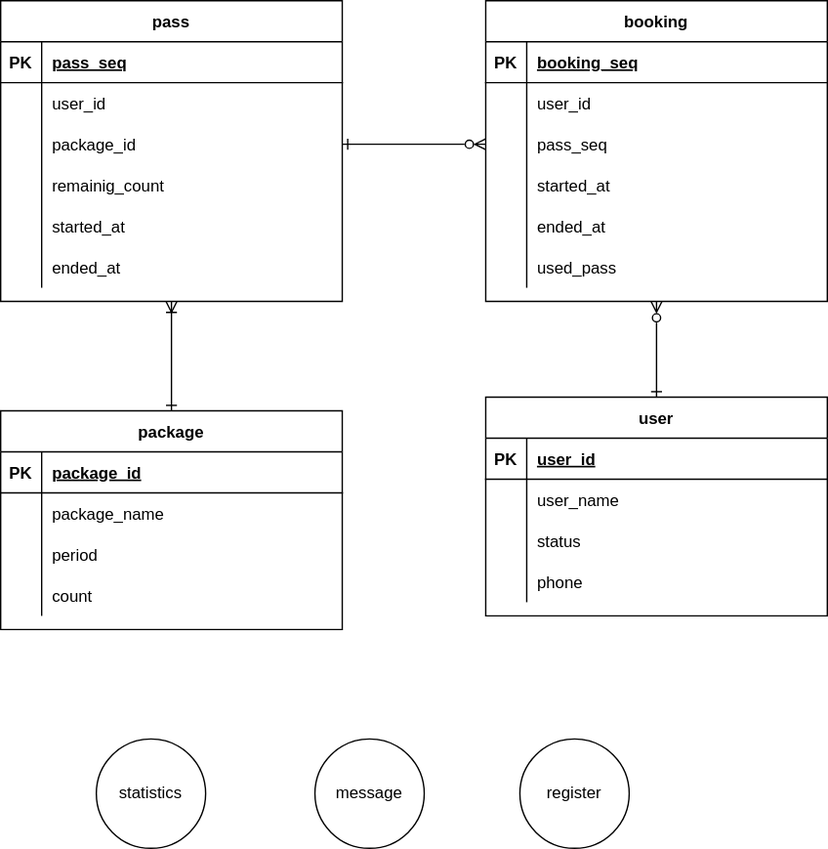
Earlier version of the draw.io export document/ERD.svg (YG-creator/PT-project). Source tidied: cells renumbered, new cells last; positions are measured from the earlier drawing's top-left corner, leaving out a move shared by most shapes. Its diagram source:
```xml
<mxGraphModel>
  <root>
    <mxCell id="0" />
    <mxCell id="1" parent="0" />
    <mxCell id="2" style="edgeStyle=orthogonalEdgeStyle;rounded=0;jettySize=auto;html=1;exitX=0.5;exitY=0;exitDx=0;exitDy=0;entryX=0.5;entryY=1;entryDx=0;entryDy=0;endArrow=ERoneToMany;endFill=0;startArrow=ERone;startFill=0;" parent="1" edge="1" source="3" target="16">
      <mxGeometry relative="1" as="geometry" />
    </mxCell>
    <mxCell id="3" value="package" style="shape=table;startSize=30;rowLines=0;fontStyle=1;align=center;" parent="1" vertex="1">
      <mxGeometry y="300" width="250" height="160" as="geometry" />
    </mxCell>
    <mxCell id="4" style="shape=partialRectangle;fillColor=none;top=0;left=0;right=0;bottom=1;" parent="3" vertex="1">
      <mxGeometry y="30" width="250" height="30" as="geometry" />
    </mxCell>
    <mxCell id="5" value="PK" style="shape=partialRectangle;overflow=hidden;fillColor=none;top=0;left=0;bottom=0;right=0;fontStyle=1;" parent="4" vertex="1">
      <mxGeometry width="30" height="30" as="geometry" />
    </mxCell>
    <mxCell id="6" value="package_id" style="shape=partialRectangle;overflow=hidden;fillColor=none;top=0;left=0;bottom=0;right=0;align=left;spacingLeft=6;fontStyle=5;" parent="4" vertex="1">
      <mxGeometry x="30" width="220" height="30" as="geometry" />
    </mxCell>
    <mxCell id="7" style="shape=partialRectangle;fillColor=none;top=0;left=0;right=0;bottom=0;" parent="3" vertex="1">
      <mxGeometry y="60" width="250" height="30" as="geometry" />
    </mxCell>
    <mxCell id="8" style="shape=partialRectangle;overflow=hidden;fillColor=none;top=0;left=0;bottom=0;right=0;" parent="7" vertex="1">
      <mxGeometry width="30" height="30" as="geometry" />
    </mxCell>
    <mxCell id="9" value="package_name" style="shape=partialRectangle;overflow=hidden;fillColor=none;top=0;left=0;bottom=0;right=0;align=left;spacingLeft=6;" parent="7" vertex="1">
      <mxGeometry x="30" width="220" height="30" as="geometry" />
    </mxCell>
    <mxCell id="10" style="shape=partialRectangle;fillColor=none;top=0;left=0;right=0;bottom=0;" parent="3" vertex="1">
      <mxGeometry y="90" width="250" height="30" as="geometry" />
    </mxCell>
    <mxCell id="11" style="shape=partialRectangle;overflow=hidden;fillColor=none;top=0;left=0;bottom=0;right=0;" parent="10" vertex="1">
      <mxGeometry width="30" height="30" as="geometry" />
    </mxCell>
    <mxCell id="12" value="period" style="shape=partialRectangle;overflow=hidden;fillColor=none;top=0;left=0;bottom=0;right=0;align=left;spacingLeft=6;" parent="10" vertex="1">
      <mxGeometry x="30" width="220" height="30" as="geometry" />
    </mxCell>
    <mxCell id="13" style="shape=partialRectangle;fillColor=none;top=0;left=0;right=0;bottom=0;" parent="3" vertex="1">
      <mxGeometry y="120" width="250" height="30" as="geometry" />
    </mxCell>
    <mxCell id="14" style="shape=partialRectangle;overflow=hidden;fillColor=none;top=0;left=0;bottom=0;right=0;" parent="13" vertex="1">
      <mxGeometry width="30" height="30" as="geometry" />
    </mxCell>
    <mxCell id="15" value="count" style="shape=partialRectangle;overflow=hidden;fillColor=none;top=0;left=0;bottom=0;right=0;align=left;spacingLeft=6;" parent="13" vertex="1">
      <mxGeometry x="30" width="220" height="30" as="geometry" />
    </mxCell>
    <mxCell id="16" value="pass" style="shape=table;startSize=30;rowLines=0;fontStyle=1;align=center;" parent="1" vertex="1">
      <mxGeometry width="250" height="220" as="geometry" />
    </mxCell>
    <mxCell id="17" style="shape=partialRectangle;fillColor=none;top=0;left=0;right=0;bottom=1;" parent="16" vertex="1">
      <mxGeometry y="30" width="250" height="30" as="geometry" />
    </mxCell>
    <mxCell id="18" value="PK" style="shape=partialRectangle;overflow=hidden;fillColor=none;top=0;left=0;bottom=0;right=0;fontStyle=1;" parent="17" vertex="1">
      <mxGeometry width="30" height="30" as="geometry" />
    </mxCell>
    <mxCell id="19" value="pass_seq" style="shape=partialRectangle;overflow=hidden;fillColor=none;top=0;left=0;bottom=0;right=0;align=left;spacingLeft=6;fontStyle=5;" parent="17" vertex="1">
      <mxGeometry x="30" width="220" height="30" as="geometry" />
    </mxCell>
    <mxCell id="20" style="shape=partialRectangle;fillColor=none;top=0;left=0;right=0;bottom=0;" parent="16" vertex="1">
      <mxGeometry y="60" width="250" height="30" as="geometry" />
    </mxCell>
    <mxCell id="21" style="shape=partialRectangle;overflow=hidden;fillColor=none;top=0;left=0;bottom=0;right=0;" parent="20" vertex="1">
      <mxGeometry width="30" height="30" as="geometry" />
    </mxCell>
    <mxCell id="22" value="user_id" style="shape=partialRectangle;overflow=hidden;fillColor=none;top=0;left=0;bottom=0;right=0;align=left;spacingLeft=6;" parent="20" vertex="1">
      <mxGeometry x="30" width="220" height="30" as="geometry" />
    </mxCell>
    <mxCell id="23" style="shape=partialRectangle;fillColor=none;points=[[0,0.5],[1,0.5]];portConstraint=eastwest;top=0;left=0;right=0;bottom=0;" parent="16" vertex="1">
      <mxGeometry y="90" width="250" height="30" as="geometry" />
    </mxCell>
    <mxCell id="24" style="shape=partialRectangle;overflow=hidden;fillColor=none;top=0;left=0;bottom=0;right=0;" parent="23" vertex="1">
      <mxGeometry width="30" height="30" as="geometry" />
    </mxCell>
    <mxCell id="25" value="package_id" style="shape=partialRectangle;overflow=hidden;fillColor=none;top=0;left=0;bottom=0;right=0;align=left;spacingLeft=6;" parent="23" vertex="1">
      <mxGeometry x="30" width="220" height="30" as="geometry" />
    </mxCell>
    <mxCell id="26" style="shape=partialRectangle;fillColor=none;top=0;left=0;right=0;bottom=0;" parent="16" vertex="1">
      <mxGeometry y="120" width="250" height="30" as="geometry" />
    </mxCell>
    <mxCell id="27" style="shape=partialRectangle;overflow=hidden;fillColor=none;top=0;left=0;bottom=0;right=0;" parent="26" vertex="1">
      <mxGeometry width="30" height="30" as="geometry" />
    </mxCell>
    <mxCell id="28" value="remainig_count" style="shape=partialRectangle;overflow=hidden;fillColor=none;top=0;left=0;bottom=0;right=0;align=left;spacingLeft=6;" parent="26" vertex="1">
      <mxGeometry x="30" width="220" height="30" as="geometry" />
    </mxCell>
    <mxCell id="29" style="shape=partialRectangle;fillColor=none;top=0;left=0;right=0;bottom=0;" parent="16" vertex="1">
      <mxGeometry y="150" width="250" height="30" as="geometry" />
    </mxCell>
    <mxCell id="30" style="shape=partialRectangle;overflow=hidden;fillColor=none;top=0;left=0;bottom=0;right=0;" parent="29" vertex="1">
      <mxGeometry width="30" height="30" as="geometry" />
    </mxCell>
    <mxCell id="31" value="started_at" style="shape=partialRectangle;overflow=hidden;fillColor=none;top=0;left=0;bottom=0;right=0;align=left;spacingLeft=6;" parent="29" vertex="1">
      <mxGeometry x="30" width="220" height="30" as="geometry" />
    </mxCell>
    <mxCell id="32" style="shape=partialRectangle;fillColor=none;top=0;left=0;right=0;bottom=0;" parent="16" vertex="1">
      <mxGeometry y="180" width="250" height="30" as="geometry" />
    </mxCell>
    <mxCell id="33" style="shape=partialRectangle;overflow=hidden;fillColor=none;top=0;left=0;bottom=0;right=0;" parent="32" vertex="1">
      <mxGeometry width="30" height="30" as="geometry" />
    </mxCell>
    <mxCell id="34" value="ended_at" style="shape=partialRectangle;overflow=hidden;fillColor=none;top=0;left=0;bottom=0;right=0;align=left;spacingLeft=6;" parent="32" vertex="1">
      <mxGeometry x="30" width="220" height="30" as="geometry" />
    </mxCell>
    <mxCell id="35" value="booking" style="shape=table;startSize=30;rowLines=0;fontStyle=1;align=center;" parent="1" vertex="1">
      <mxGeometry x="355" width="250" height="220" as="geometry" />
    </mxCell>
    <mxCell id="36" style="shape=partialRectangle;fillColor=none;top=0;left=0;right=0;bottom=1;" parent="35" vertex="1">
      <mxGeometry y="30" width="250" height="30" as="geometry" />
    </mxCell>
    <mxCell id="37" value="PK" style="shape=partialRectangle;overflow=hidden;fillColor=none;top=0;left=0;bottom=0;right=0;fontStyle=1;" parent="36" vertex="1">
      <mxGeometry width="30" height="30" as="geometry" />
    </mxCell>
    <mxCell id="38" value="booking_seq" style="shape=partialRectangle;overflow=hidden;fillColor=none;top=0;left=0;bottom=0;right=0;align=left;spacingLeft=6;fontStyle=5;" parent="36" vertex="1">
      <mxGeometry x="30" width="220" height="30" as="geometry" />
    </mxCell>
    <mxCell id="39" style="shape=partialRectangle;fillColor=none;points=[[0,0.5],[1,0.5]];portConstraint=eastwest;top=0;left=0;right=0;bottom=0;" parent="35" vertex="1">
      <mxGeometry y="60" width="250" height="30" as="geometry" />
    </mxCell>
    <mxCell id="40" style="shape=partialRectangle;overflow=hidden;fillColor=none;top=0;left=0;bottom=0;right=0;" parent="39" vertex="1">
      <mxGeometry width="30" height="30" as="geometry" />
    </mxCell>
    <mxCell id="41" value="user_id" style="shape=partialRectangle;overflow=hidden;fillColor=none;top=0;left=0;bottom=0;right=0;align=left;spacingLeft=6;" parent="39" vertex="1">
      <mxGeometry x="30" width="220" height="30" as="geometry" />
    </mxCell>
    <mxCell id="42" style="shape=partialRectangle;fillColor=none;points=[[0,0.5],[1,0.5]];portConstraint=eastwest;top=0;left=0;right=0;bottom=0;" parent="35" vertex="1">
      <mxGeometry y="90" width="250" height="30" as="geometry" />
    </mxCell>
    <mxCell id="43" style="shape=partialRectangle;overflow=hidden;fillColor=none;top=0;left=0;bottom=0;right=0;" parent="42" vertex="1">
      <mxGeometry width="30" height="30" as="geometry" />
    </mxCell>
    <mxCell id="44" value="pass_seq" style="shape=partialRectangle;overflow=hidden;fillColor=none;top=0;left=0;bottom=0;right=0;align=left;spacingLeft=6;" parent="42" vertex="1">
      <mxGeometry x="30" width="220" height="30" as="geometry" />
    </mxCell>
    <mxCell id="45" style="shape=partialRectangle;fillColor=none;top=0;left=0;right=0;bottom=0;" parent="35" vertex="1">
      <mxGeometry y="120" width="250" height="30" as="geometry" />
    </mxCell>
    <mxCell id="46" style="shape=partialRectangle;overflow=hidden;fillColor=none;top=0;left=0;bottom=0;right=0;" parent="45" vertex="1">
      <mxGeometry width="30" height="30" as="geometry" />
    </mxCell>
    <mxCell id="47" value="started_at" style="shape=partialRectangle;overflow=hidden;fillColor=none;top=0;left=0;bottom=0;right=0;align=left;spacingLeft=6;" parent="45" vertex="1">
      <mxGeometry x="30" width="220" height="30" as="geometry" />
    </mxCell>
    <mxCell id="48" style="shape=partialRectangle;fillColor=none;top=0;left=0;right=0;bottom=0;" parent="35" vertex="1">
      <mxGeometry y="150" width="250" height="30" as="geometry" />
    </mxCell>
    <mxCell id="49" style="shape=partialRectangle;overflow=hidden;fillColor=none;top=0;left=0;bottom=0;right=0;" parent="48" vertex="1">
      <mxGeometry width="30" height="30" as="geometry" />
    </mxCell>
    <mxCell id="50" value="ended_at" style="shape=partialRectangle;overflow=hidden;fillColor=none;top=0;left=0;bottom=0;right=0;align=left;spacingLeft=6;" parent="48" vertex="1">
      <mxGeometry x="30" width="220" height="30" as="geometry" />
    </mxCell>
    <mxCell id="51" style="shape=partialRectangle;fillColor=none;top=0;left=0;right=0;bottom=0;" parent="35" vertex="1">
      <mxGeometry y="180" width="250" height="30" as="geometry" />
    </mxCell>
    <mxCell id="52" style="shape=partialRectangle;overflow=hidden;fillColor=none;top=0;left=0;bottom=0;right=0;" parent="51" vertex="1">
      <mxGeometry width="30" height="30" as="geometry" />
    </mxCell>
    <mxCell id="53" value="used_pass" style="shape=partialRectangle;overflow=hidden;fillColor=none;top=0;left=0;bottom=0;right=0;align=left;spacingLeft=6;" parent="51" vertex="1">
      <mxGeometry x="30" width="220" height="30" as="geometry" />
    </mxCell>
    <mxCell id="54" style="edgeStyle=orthogonalEdgeStyle;rounded=0;jettySize=auto;html=1;exitX=0.5;exitY=0;exitDx=0;exitDy=0;endArrow=ERzeroToMany;endFill=0;startArrow=ERone;startFill=0;" parent="1" edge="1" source="55">
      <mxGeometry relative="1" as="geometry">
        <mxPoint x="480" y="220" as="targetPoint" />
      </mxGeometry>
    </mxCell>
    <mxCell id="55" value="user" style="shape=table;startSize=30;rowLines=0;fontStyle=1;align=center;" parent="1" vertex="1">
      <mxGeometry x="355" y="290" width="250" height="160" as="geometry" />
    </mxCell>
    <mxCell id="56" style="shape=partialRectangle;fillColor=none;top=0;left=0;right=0;bottom=1;" parent="55" vertex="1">
      <mxGeometry y="30" width="250" height="30" as="geometry" />
    </mxCell>
    <mxCell id="57" value="PK" style="shape=partialRectangle;overflow=hidden;fillColor=none;top=0;left=0;bottom=0;right=0;fontStyle=1;" parent="56" vertex="1">
      <mxGeometry width="30" height="30" as="geometry" />
    </mxCell>
    <mxCell id="58" value="user_id" style="shape=partialRectangle;overflow=hidden;fillColor=none;top=0;left=0;bottom=0;right=0;align=left;spacingLeft=6;fontStyle=5;" parent="56" vertex="1">
      <mxGeometry x="30" width="220" height="30" as="geometry" />
    </mxCell>
    <mxCell id="59" style="shape=partialRectangle;fillColor=none;top=0;left=0;right=0;bottom=0;" parent="55" vertex="1">
      <mxGeometry y="60" width="250" height="30" as="geometry" />
    </mxCell>
    <mxCell id="60" style="shape=partialRectangle;overflow=hidden;fillColor=none;top=0;left=0;bottom=0;right=0;" parent="59" vertex="1">
      <mxGeometry width="30" height="30" as="geometry" />
    </mxCell>
    <mxCell id="61" value="user_name" style="shape=partialRectangle;overflow=hidden;fillColor=none;top=0;left=0;bottom=0;right=0;align=left;spacingLeft=6;" parent="59" vertex="1">
      <mxGeometry x="30" width="220" height="30" as="geometry" />
    </mxCell>
    <mxCell id="62" style="shape=partialRectangle;fillColor=none;points=[[0,0.5],[1,0.5]];portConstraint=eastwest;top=0;left=0;right=0;bottom=0;" parent="55" vertex="1">
      <mxGeometry y="90" width="250" height="30" as="geometry" />
    </mxCell>
    <mxCell id="63" style="shape=partialRectangle;overflow=hidden;fillColor=none;top=0;left=0;bottom=0;right=0;" parent="62" vertex="1">
      <mxGeometry width="30" height="30" as="geometry" />
    </mxCell>
    <mxCell id="64" value="status" style="shape=partialRectangle;overflow=hidden;fillColor=none;top=0;left=0;bottom=0;right=0;align=left;spacingLeft=6;" parent="62" vertex="1">
      <mxGeometry x="30" width="220" height="30" as="geometry" />
    </mxCell>
    <mxCell id="65" style="shape=partialRectangle;fillColor=none;top=0;left=0;right=0;bottom=0;" parent="55" vertex="1">
      <mxGeometry y="120" width="250" height="30" as="geometry" />
    </mxCell>
    <mxCell id="66" style="shape=partialRectangle;overflow=hidden;fillColor=none;top=0;left=0;bottom=0;right=0;" parent="65" vertex="1">
      <mxGeometry width="30" height="30" as="geometry" />
    </mxCell>
    <mxCell id="67" value="phone" style="shape=partialRectangle;overflow=hidden;fillColor=none;top=0;left=0;bottom=0;right=0;align=left;spacingLeft=6;" parent="65" vertex="1">
      <mxGeometry x="30" width="220" height="30" as="geometry" />
    </mxCell>
    <mxCell id="68" style="edgeStyle=orthogonalEdgeStyle;rounded=0;jettySize=auto;html=1;exitX=1;exitY=0.5;exitDx=0;exitDy=0;entryX=0;entryY=0.5;entryDx=0;entryDy=0;endArrow=ERzeroToMany;endFill=0;startArrow=ERone;startFill=0;" parent="1" edge="1" source="23" target="42">
      <mxGeometry relative="1" as="geometry" />
    </mxCell>
    <mxCell id="69" value="statistics" style="ellipse;whiteSpace=wrap;html=1;" parent="1" vertex="1">
      <mxGeometry x="70" y="540" width="80" height="80" as="geometry" />
    </mxCell>
    <mxCell id="70" value="message" style="ellipse;whiteSpace=wrap;html=1;" parent="1" vertex="1">
      <mxGeometry x="230" y="540" width="80" height="80" as="geometry" />
    </mxCell>
    <mxCell id="71" value="register" style="ellipse;whiteSpace=wrap;html=1;" parent="1" vertex="1">
      <mxGeometry x="380" y="540" width="80" height="80" as="geometry" />
    </mxCell>
  </root>
</mxGraphModel>
```
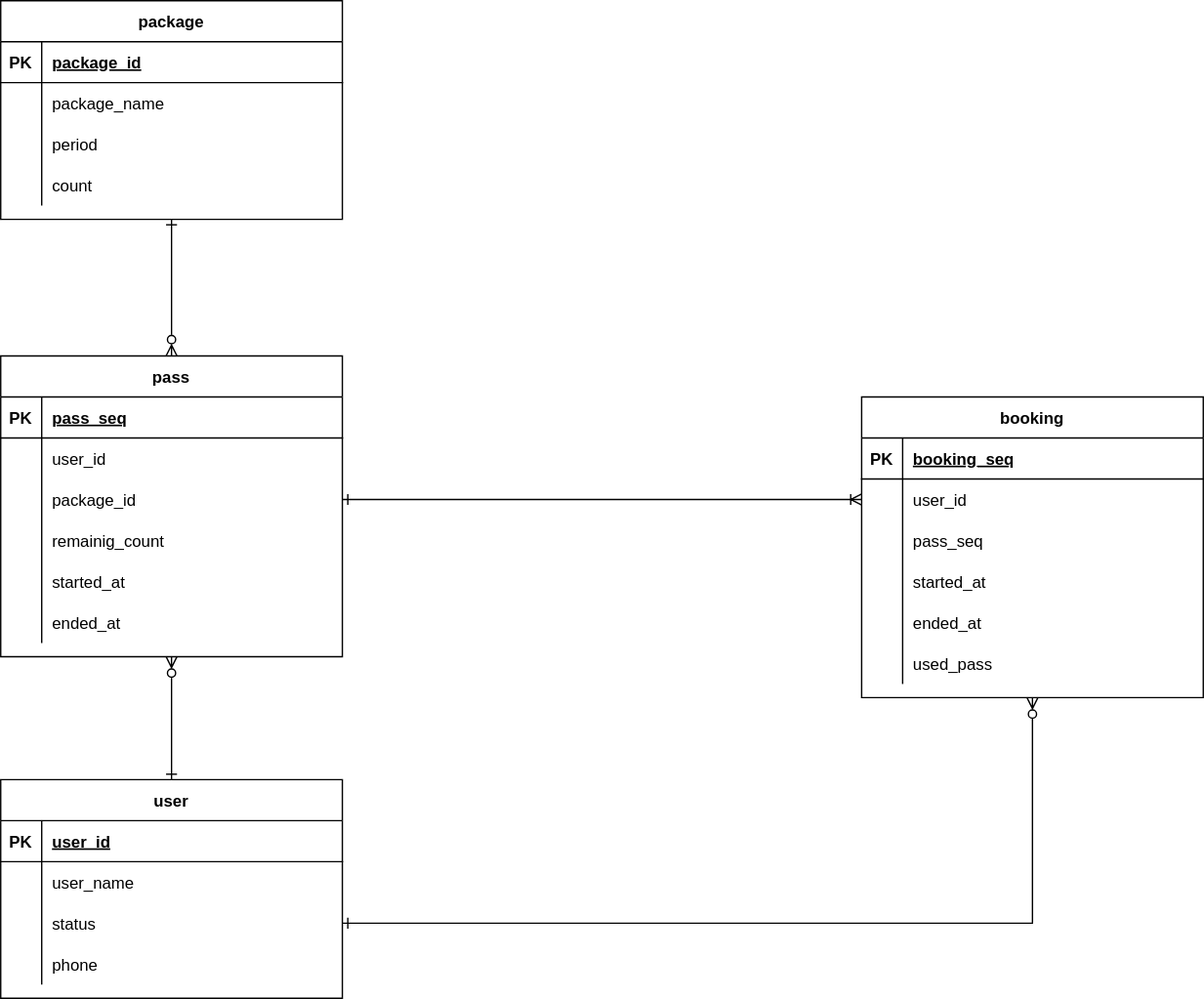
Later version of the same file.

What changed in the source:
```diff
@@ -2,11 +2,11 @@
   <root>
     <mxCell id="0" />
     <mxCell id="1" parent="0" />
-    <mxCell id="2" style="edgeStyle=orthogonalEdgeStyle;rounded=0;jettySize=auto;html=1;exitX=0.5;exitY=0;exitDx=0;exitDy=0;entryX=0.5;entryY=1;entryDx=0;entryDy=0;endArrow=ERoneToMany;endFill=0;startArrow=ERone;startFill=0;" parent="1" edge="1" source="3" target="16">
+    <mxCell id="2" style="edgeStyle=orthogonalEdgeStyle;rounded=0;jettySize=auto;html=1;exitX=0.5;exitY=1;exitDx=0;exitDy=0;startArrow=ERone;startFill=0;endArrow=ERzeroToMany;endFill=0;" parent="1" edge="1" source="3" target="16">
       <mxGeometry relative="1" as="geometry" />
     </mxCell>
     <mxCell id="3" value="package" style="shape=table;startSize=30;rowLines=0;fontStyle=1;align=center;" parent="1" vertex="1">
-      <mxGeometry y="300" width="250" height="160" as="geometry" />
+      <mxGeometry y="60" width="250" height="160" as="geometry" />
     </mxCell>
     <mxCell id="4" style="shape=partialRectangle;fillColor=none;top=0;left=0;right=0;bottom=1;" parent="3" vertex="1">
       <mxGeometry y="30" width="250" height="30" as="geometry" />
@@ -45,7 +45,7 @@
       <mxGeometry x="30" width="220" height="30" as="geometry" />
     </mxCell>
     <mxCell id="16" value="pass" style="shape=table;startSize=30;rowLines=0;fontStyle=1;align=center;" parent="1" vertex="1">
-      <mxGeometry width="250" height="220" as="geometry" />
+      <mxGeometry y="320" width="250" height="220" as="geometry" />
     </mxCell>
     <mxCell id="17" style="shape=partialRectangle;fillColor=none;top=0;left=0;right=0;bottom=1;" parent="16" vertex="1">
       <mxGeometry y="30" width="250" height="30" as="geometry" />
@@ -102,7 +102,7 @@
       <mxGeometry x="30" width="220" height="30" as="geometry" />
     </mxCell>
     <mxCell id="35" value="booking" style="shape=table;startSize=30;rowLines=0;fontStyle=1;align=center;" parent="1" vertex="1">
-      <mxGeometry x="355" width="250" height="220" as="geometry" />
+      <mxGeometry x="630" y="350" width="250" height="220" as="geometry" />
     </mxCell>
     <mxCell id="36" style="shape=partialRectangle;fillColor=none;top=0;left=0;right=0;bottom=1;" parent="35" vertex="1">
       <mxGeometry y="30" width="250" height="30" as="geometry" />
@@ -158,13 +158,11 @@
     <mxCell id="53" value="used_pass" style="shape=partialRectangle;overflow=hidden;fillColor=none;top=0;left=0;bottom=0;right=0;align=left;spacingLeft=6;" parent="51" vertex="1">
       <mxGeometry x="30" width="220" height="30" as="geometry" />
     </mxCell>
-    <mxCell id="54" style="edgeStyle=orthogonalEdgeStyle;rounded=0;jettySize=auto;html=1;exitX=0.5;exitY=0;exitDx=0;exitDy=0;endArrow=ERzeroToMany;endFill=0;startArrow=ERone;startFill=0;" parent="1" edge="1" source="55">
-      <mxGeometry relative="1" as="geometry">
-        <mxPoint x="480" y="220" as="targetPoint" />
-      </mxGeometry>
-    </mxCell>
+    <mxCell id="72" style="edgeStyle=orthogonalEdgeStyle;rounded=0;jettySize=auto;html=1;exitX=0.5;exitY=0;exitDx=0;exitDy=0;entryX=0.5;entryY=1;entryDx=0;entryDy=0;endArrow=ERzeroToMany;endFill=0;startArrow=ERone;startFill=0;" parent="1" edge="1" source="55" target="16">
+      <mxGeometry relative="1" as="geometry" />
+    </mxCell>
     <mxCell id="55" value="user" style="shape=table;startSize=30;rowLines=0;fontStyle=1;align=center;" parent="1" vertex="1">
-      <mxGeometry x="355" y="290" width="250" height="160" as="geometry" />
+      <mxGeometry y="630" width="250" height="160" as="geometry" />
     </mxCell>
     <mxCell id="56" style="shape=partialRectangle;fillColor=none;top=0;left=0;right=0;bottom=1;" parent="55" vertex="1">
       <mxGeometry y="30" width="250" height="30" as="geometry" />
@@ -202,17 +200,11 @@
     <mxCell id="67" value="phone" style="shape=partialRectangle;overflow=hidden;fillColor=none;top=0;left=0;bottom=0;right=0;align=left;spacingLeft=6;" parent="65" vertex="1">
       <mxGeometry x="30" width="220" height="30" as="geometry" />
     </mxCell>
-    <mxCell id="68" style="edgeStyle=orthogonalEdgeStyle;rounded=0;jettySize=auto;html=1;exitX=1;exitY=0.5;exitDx=0;exitDy=0;entryX=0;entryY=0.5;entryDx=0;entryDy=0;endArrow=ERzeroToMany;endFill=0;startArrow=ERone;startFill=0;" parent="1" edge="1" source="23" target="42">
-      <mxGeometry relative="1" as="geometry" />
-    </mxCell>
-    <mxCell id="69" value="statistics" style="ellipse;whiteSpace=wrap;html=1;" parent="1" vertex="1">
-      <mxGeometry x="70" y="540" width="80" height="80" as="geometry" />
-    </mxCell>
-    <mxCell id="70" value="message" style="ellipse;whiteSpace=wrap;html=1;" parent="1" vertex="1">
-      <mxGeometry x="230" y="540" width="80" height="80" as="geometry" />
-    </mxCell>
-    <mxCell id="71" value="register" style="ellipse;whiteSpace=wrap;html=1;" parent="1" vertex="1">
-      <mxGeometry x="380" y="540" width="80" height="80" as="geometry" />
-    </mxCell>
+    <mxCell id="73" style="edgeStyle=orthogonalEdgeStyle;rounded=0;jettySize=auto;html=1;exitX=1;exitY=0.5;exitDx=0;exitDy=0;entryX=0.5;entryY=1;entryDx=0;entryDy=0;endArrow=ERzeroToMany;endFill=0;startArrow=ERone;startFill=0;" parent="1" edge="1" source="62" target="35">
+      <mxGeometry relative="1" as="geometry" />
+    </mxCell>
+    <mxCell id="74" style="edgeStyle=orthogonalEdgeStyle;rounded=0;jettySize=auto;html=1;exitX=1;exitY=0.5;exitDx=0;exitDy=0;entryX=0;entryY=0.5;entryDx=0;entryDy=0;endArrow=ERoneToMany;endFill=0;startArrow=ERone;startFill=0;" parent="1" edge="1" source="23" target="39">
+      <mxGeometry relative="1" as="geometry" />
+    </mxCell>
   </root>
 </mxGraphModel>
```
